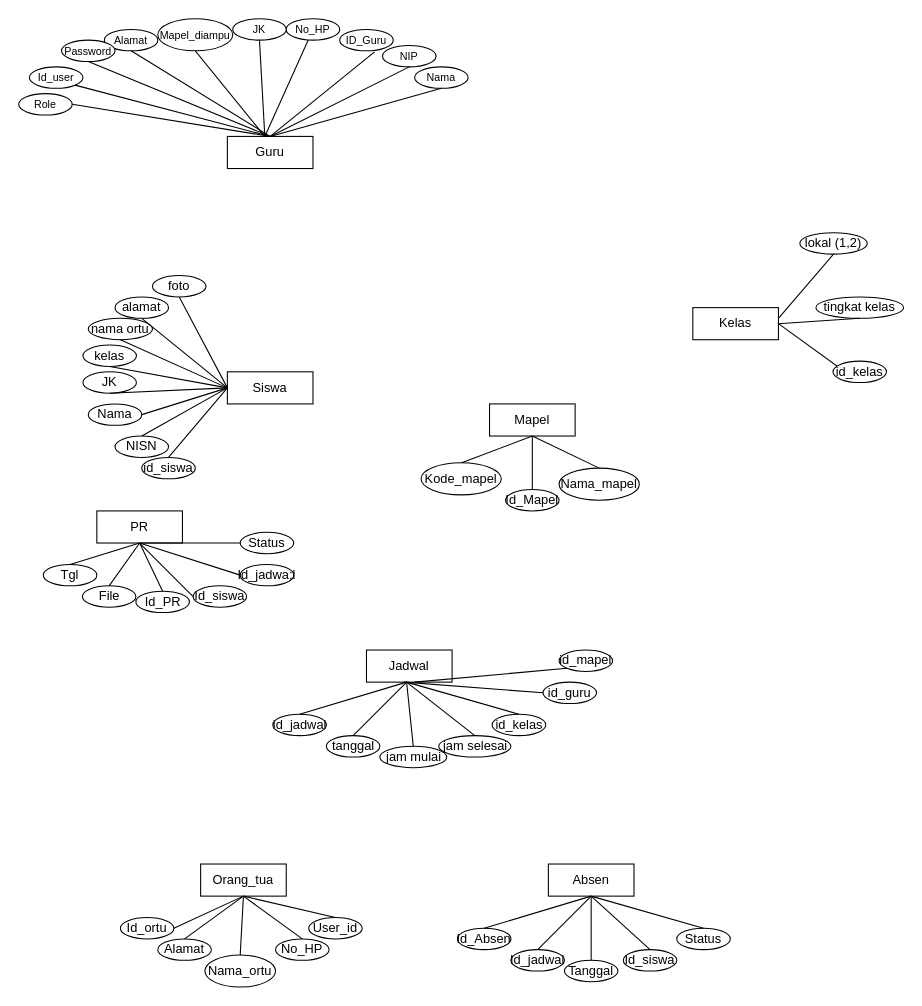
This is page "erd" (1 of 2) of Diagram Tanpa Judul.drawio from bayudani/diagram, a draw.io file, before an edit. Source tidied: cells renumbered, new cells numbered last; positions are measured from the earlier drawing's top-left corner, leaving out a move shared by most shapes. Both pictures are drawn from the tidied source at 107%, with x=0, y=0 at pixel (18, 18).
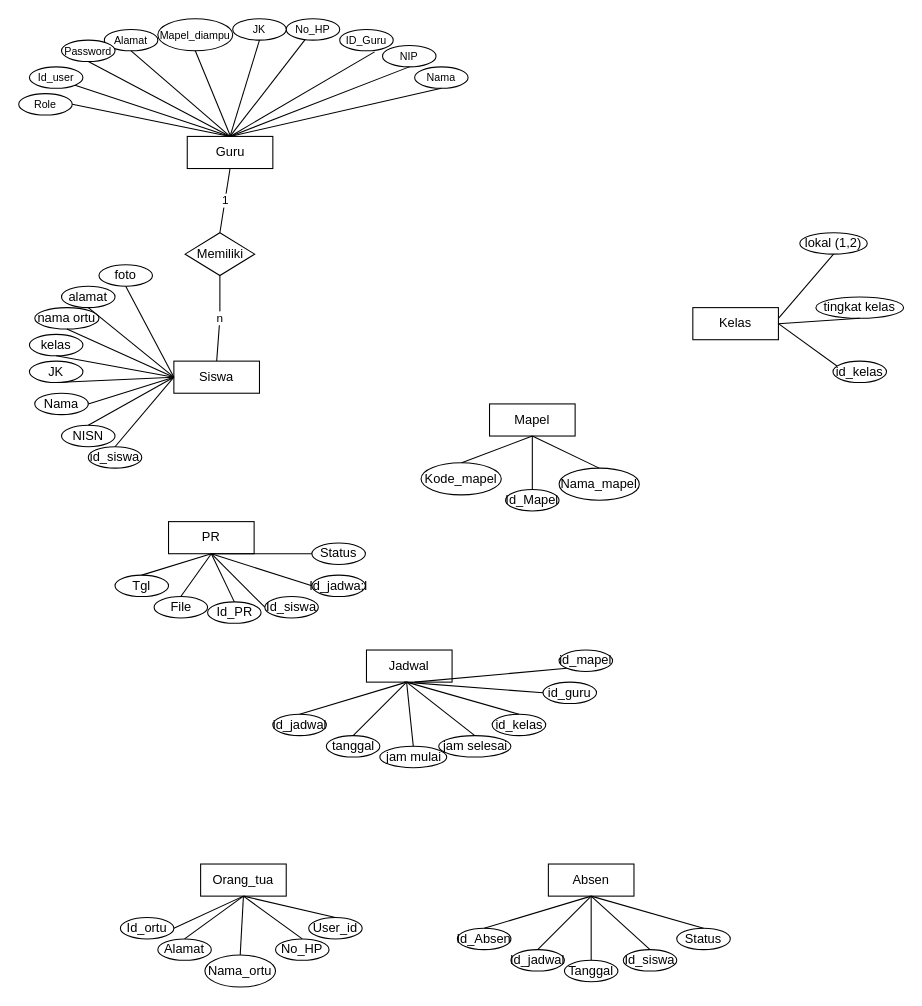
The same diagram, later.

Unchanged cells that the change refers to:
```xml
<mxCell id="15" value="No_HP" style="ellipse;whiteSpace=wrap;html=1;fontSize=10;" parent="1" vertex="1">
  <mxGeometry x="250" width="50" height="20" as="geometry" />
</mxCell>
<mxCell id="17" value="JK" style="ellipse;whiteSpace=wrap;html=1;fontSize=10;" parent="1" vertex="1">
  <mxGeometry x="200" width="50" height="20" as="geometry" />
</mxCell>
<mxCell id="19" value="Mapel_diampu" style="ellipse;whiteSpace=wrap;html=1;fontSize=10;" parent="1" vertex="1">
  <mxGeometry x="130" width="70" height="30" as="geometry" />
</mxCell>
```

Change to the diagram source:
```diff
@@
     <mxCell id="2" value="Siswa" style="rounded=0;whiteSpace=wrap;html=1;" parent="1" vertex="1">
-      <mxGeometry x="195" y="330" width="80" height="30" as="geometry" />
+      <mxGeometry x="145" y="320" width="80" height="30" as="geometry" />
     </mxCell>
     <mxCell id="3" value="Guru" style="rounded=0;whiteSpace=wrap;html=1;" parent="1" vertex="1">
-      <mxGeometry x="195" y="110" width="80" height="30" as="geometry" />
+      <mxGeometry x="157.5" y="110" width="80" height="30" as="geometry" />
     </mxCell>
@@
     <mxCell id="8" value="PR" style="rounded=0;whiteSpace=wrap;html=1;" parent="1" vertex="1">
-      <mxGeometry x="73" y="460" width="80" height="30" as="geometry" />
+      <mxGeometry x="140" y="470" width="80" height="30" as="geometry" />
     </mxCell>
@@
     <mxCell id="11" value="NISN" style="ellipse;whiteSpace=wrap;html=1;" parent="1" vertex="1">
-      <mxGeometry x="90" y="390" width="50" height="20" as="geometry" />
+      <mxGeometry x="40" y="380" width="50" height="20" as="geometry" />
     </mxCell>
@@
     <mxCell id="14" value="Nama" style="ellipse;whiteSpace=wrap;html=1;" parent="1" vertex="1">
-      <mxGeometry x="65" y="360" width="50" height="20" as="geometry" />
+      <mxGeometry x="15" y="350" width="50" height="20" as="geometry" />
     </mxCell>
@@
     <mxCell id="16" value="JK" style="ellipse;whiteSpace=wrap;html=1;" parent="1" vertex="1">
-      <mxGeometry x="60" y="330" width="50" height="20" as="geometry" />
+      <mxGeometry x="10" y="320" width="50" height="20" as="geometry" />
     </mxCell>
@@
     <mxCell id="18" value="id_siswa" style="ellipse;whiteSpace=wrap;html=1;" parent="1" vertex="1">
-      <mxGeometry x="115" y="410" width="50" height="20" as="geometry" />
+      <mxGeometry x="65" y="400" width="50" height="20" as="geometry" />
     </mxCell>
@@
     <mxCell id="20" value="kelas" style="ellipse;whiteSpace=wrap;html=1;" parent="1" vertex="1">
-      <mxGeometry x="60" y="305" width="50" height="20" as="geometry" />
+      <mxGeometry x="10" y="295" width="50" height="20" as="geometry" />
     </mxCell>
@@
-    <mxCell id="28" style="endArrow=none;html=1;rounded=0;" parent="1" edge="1" target="15">
-      <mxGeometry relative="1" as="geometry">
-        <mxPoint x="230" y="110" as="sourcePoint" />
-      </mxGeometry>
+    <mxCell id="28" style="endArrow=none;html=1;rounded=0;exitX=0.5;exitY=0;exitDx=0;exitDy=0;" parent="1" edge="1" source="3" target="15">
+      <mxGeometry relative="1" as="geometry" />
     </mxCell>
-    <mxCell id="29" style="endArrow=none;html=1;rounded=0;entryX=0.5;entryY=1;entryDx=0;entryDy=0;" parent="1" edge="1" target="17">
-      <mxGeometry relative="1" as="geometry">
-        <mxPoint x="230" y="110" as="sourcePoint" />
-      </mxGeometry>
+    <mxCell id="29" style="endArrow=none;html=1;rounded=0;entryX=0.5;entryY=1;entryDx=0;entryDy=0;exitX=0.5;exitY=0;exitDx=0;exitDy=0;" parent="1" edge="1" source="3" target="17">
+      <mxGeometry relative="1" as="geometry" />
     </mxCell>
-    <mxCell id="30" style="endArrow=none;html=1;rounded=0;entryX=0.5;entryY=1;entryDx=0;entryDy=0;exitX=0.415;exitY=-0.073;exitDx=0;exitDy=0;exitPerimeter=0;" parent="1" edge="1" source="3" target="19">
-      <mxGeometry relative="1" as="geometry" />
+    <mxCell id="30" style="endArrow=none;html=1;rounded=0;entryX=0.5;entryY=1;entryDx=0;entryDy=0;" parent="1" edge="1" target="19">
+      <mxGeometry relative="1" as="geometry">
+        <mxPoint x="198" y="110" as="sourcePoint" />
+      </mxGeometry>
     </mxCell>
@@
     <mxCell id="35" value="nama ortu" style="ellipse;whiteSpace=wrap;html=1;" parent="1" vertex="1">
-      <mxGeometry x="65" y="280" width="60" height="20" as="geometry" />
+      <mxGeometry x="15" y="270" width="60" height="20" as="geometry" />
     </mxCell>
     <mxCell id="36" value="alamat" style="ellipse;whiteSpace=wrap;html=1;" parent="1" vertex="1">
-      <mxGeometry x="90" y="260" width="50" height="20" as="geometry" />
+      <mxGeometry x="40" y="250" width="50" height="20" as="geometry" />
     </mxCell>
     <mxCell id="37" value="foto" style="ellipse;whiteSpace=wrap;html=1;" parent="1" vertex="1">
-      <mxGeometry x="125" y="240" width="50" height="20" as="geometry" />
+      <mxGeometry x="75" y="230" width="50" height="20" as="geometry" />
     </mxCell>
@@
     <mxCell id="58" value="Id_PR" style="ellipse;whiteSpace=wrap;html=1;" parent="1" vertex="1">
-      <mxGeometry x="109.5" y="535" width="50" height="20" as="geometry" />
+      <mxGeometry x="176.5" y="545" width="50" height="20" as="geometry" />
     </mxCell>
     <mxCell id="59" value="File" style="ellipse;whiteSpace=wrap;html=1;" parent="1" vertex="1">
-      <mxGeometry x="59.5" y="530" width="50" height="20" as="geometry" />
+      <mxGeometry x="126.5" y="540" width="50" height="20" as="geometry" />
     </mxCell>
@@
     <mxCell id="96" value="Id_siswa" style="ellipse;whiteSpace=wrap;html=1;" parent="1" vertex="1">
-      <mxGeometry x="163" y="530" width="50" height="20" as="geometry" />
+      <mxGeometry x="230" y="540" width="50" height="20" as="geometry" />
     </mxCell>
     <mxCell id="97" value="Id_jadwa;l" style="ellipse;whiteSpace=wrap;html=1;" parent="1" vertex="1">
-      <mxGeometry x="207" y="510" width="50" height="20" as="geometry" />
+      <mxGeometry x="274" y="520" width="50" height="20" as="geometry" />
     </mxCell>
     <mxCell id="98" style="endArrow=none;html=1;rounded=0;exitX=0;exitY=0.5;exitDx=0;exitDy=0;" parent="1" edge="1" source="96">
       <mxGeometry relative="1" as="geometry">
-        <mxPoint x="113" y="490" as="targetPoint" />
+        <mxPoint x="180" y="500" as="targetPoint" />
       </mxGeometry>
     </mxCell>
     <mxCell id="99" style="endArrow=none;html=1;rounded=0;exitX=0;exitY=0.5;exitDx=0;exitDy=0;" parent="1" edge="1" source="97">
       <mxGeometry relative="1" as="geometry">
-        <mxPoint x="113" y="490" as="targetPoint" />
+        <mxPoint x="180" y="500" as="targetPoint" />
       </mxGeometry>
     </mxCell>
     <mxCell id="100" value="Tgl" style="ellipse;whiteSpace=wrap;html=1;" parent="1" vertex="1">
-      <mxGeometry x="23" y="510" width="50" height="20" as="geometry" />
+      <mxGeometry x="90" y="520" width="50" height="20" as="geometry" />
     </mxCell>
     <mxCell id="101" style="endArrow=none;html=1;rounded=0;exitX=0.5;exitY=0;exitDx=0;exitDy=0;" parent="1" edge="1" source="100">
       <mxGeometry relative="1" as="geometry">
-        <mxPoint x="113" y="490" as="targetPoint" />
+        <mxPoint x="180" y="500" as="targetPoint" />
       </mxGeometry>
     </mxCell>
     <mxCell id="102" value="Status" style="ellipse;whiteSpace=wrap;html=1;" parent="1" vertex="1">
-      <mxGeometry x="207" y="480" width="50" height="20" as="geometry" />
+      <mxGeometry x="274" y="490" width="50" height="20" as="geometry" />
     </mxCell>
     <mxCell id="103" style="endArrow=none;html=1;rounded=0;exitX=0;exitY=0.5;exitDx=0;exitDy=0;" parent="1" edge="1" source="102">
       <mxGeometry relative="1" as="geometry">
-        <mxPoint x="113" y="490" as="targetPoint" />
+        <mxPoint x="180" y="500" as="targetPoint" />
       </mxGeometry>
     </mxCell>
+    <mxCell id="104" value="Memiliki" style="rhombus;whiteSpace=wrap;html=1;" parent="1" vertex="1">
+      <mxGeometry x="155.5" y="200" width="65" height="40" as="geometry" />
+    </mxCell>
+    <mxCell id="105" value="n" style="endArrow=none;html=1;rounded=0;exitX=0.5;exitY=0;exitDx=0;exitDy=0;entryX=0.5;entryY=1;entryDx=0;entryDy=0;" parent="1" edge="1" source="2" target="104">
+      <mxGeometry relative="1" as="geometry">
+        <Array as="points">
+          <mxPoint x="188" y="280" />
+        </Array>
+      </mxGeometry>
+    </mxCell>
+    <mxCell id="106" value="1" style="endArrow=none;html=1;rounded=0;exitX=0.5;exitY=1;exitDx=0;exitDy=0;entryX=0.5;entryY=0;entryDx=0;entryDy=0;" parent="1" edge="1" source="3" target="104">
+      <mxGeometry relative="1" as="geometry" />
+    </mxCell>
```
